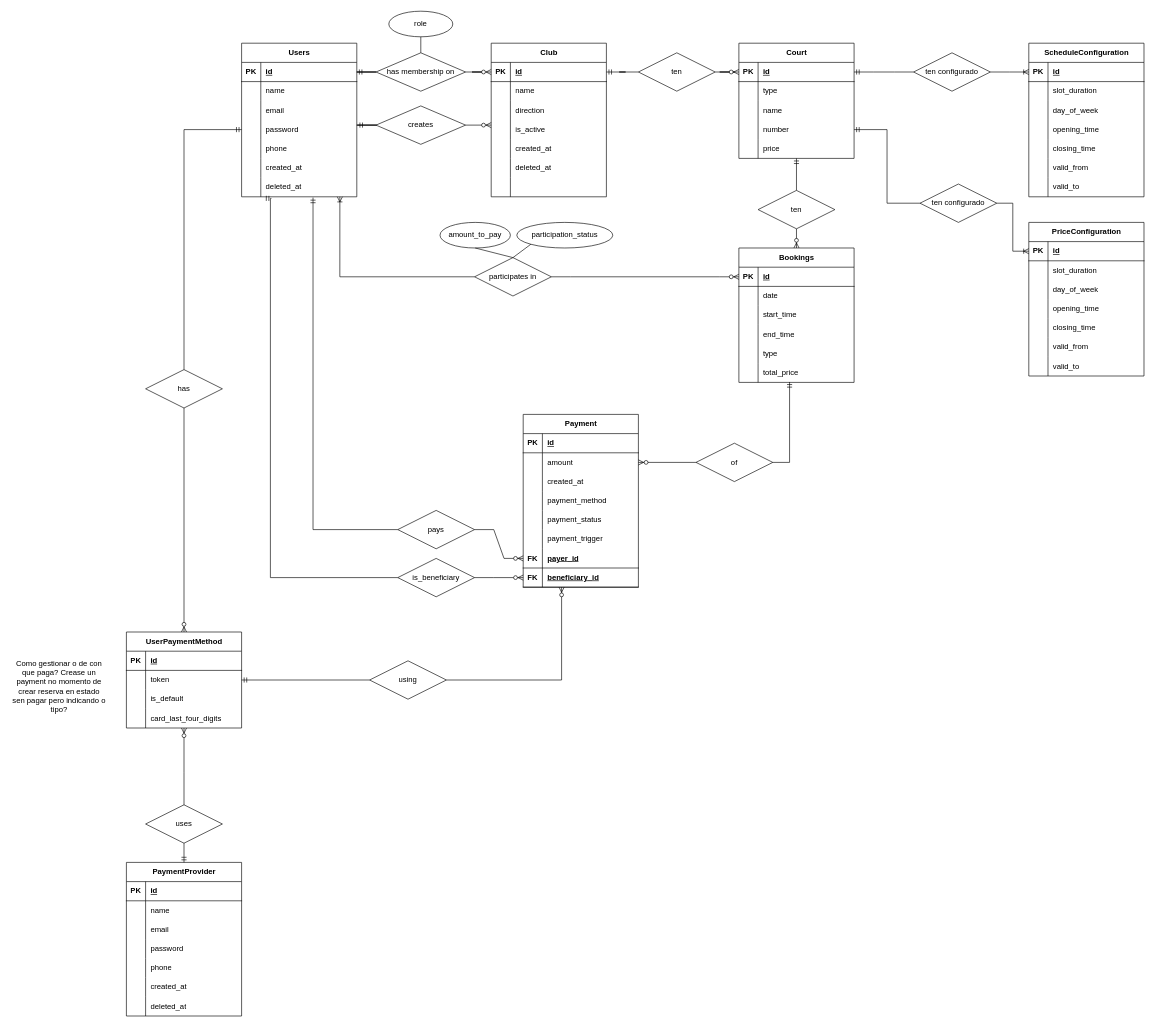
Earlier version of the draw.io diagram doc/database/ER diagram.drawio (blancomarinojorge/Arenic). Source tidied: cells renumbered, new cells numbered last; positions are measured from the earlier drawing's top-left corner, leaving out a move shared by most shapes. Both pictures are drawn from the tidied source at 64%, with x=0, y=0 at pixel (11, 11).
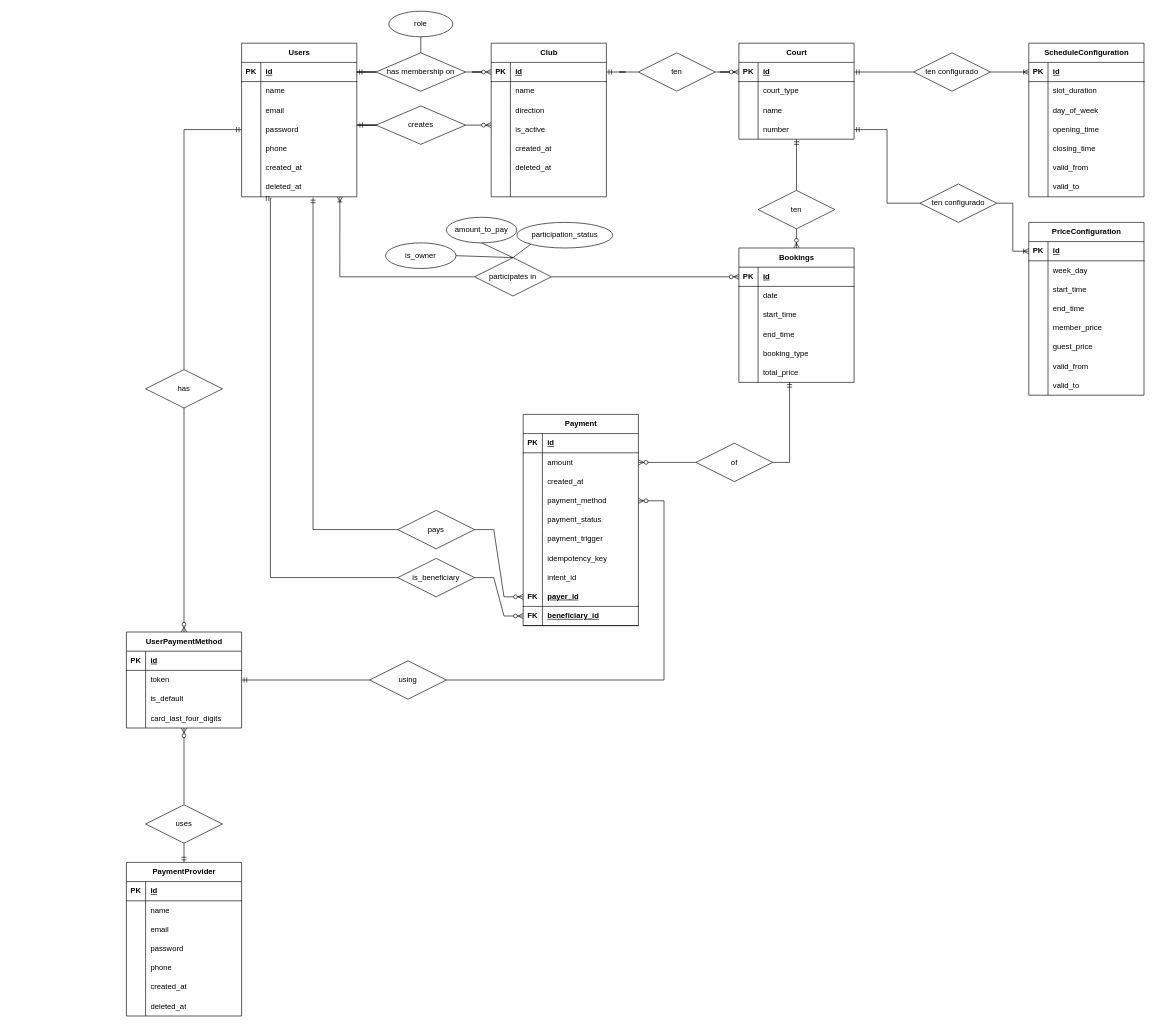
The same page after the edit.

The change refers to these unchanged cells:
```xml
<mxCell id="50" style="shape=tableRow;horizontal=0;startSize=0;swimlaneHead=0;swimlaneBody=0;fillColor=none;top=0;left=0;right=0;bottom=0;" parent="46" vertex="1">
  <mxGeometry y="60" width="180" height="30" as="geometry" />
</mxCell>
<mxCell id="75" style="shape=tableRow;horizontal=0;startSize=0;swimlaneHead=0;swimlaneBody=0;fillColor=none;top=0;left=0;right=0;bottom=0;" parent="62" vertex="1">
  <mxGeometry y="150" width="180" height="30" as="geometry" />
</mxCell>
<mxCell id="81" value="participates in" style="shape=rhombus;perimeter=rhombusPerimeter;whiteSpace=wrap;html=1;align=center;" parent="1" vertex="1">
  <mxGeometry x="724" y="385" width="120" height="60" as="geometry" />
</mxCell>
<mxCell id="137" style="shape=tableRow;horizontal=0;startSize=0;swimlaneHead=0;swimlaneBody=0;fillColor=none;points=[[0,0.5],[1,0.5]];portConstraint=eastwest;top=0;left=0;right=0;bottom=0;" parent="127" vertex="1">
  <mxGeometry y="120" width="180" height="30" as="geometry" />
</mxCell>
<mxCell id="162" style="shape=tableRow;horizontal=0;startSize=0;swimlaneHead=0;swimlaneBody=0;fillColor=none;top=0;left=0;right=0;bottom=0;" parent="158" vertex="1">
  <mxGeometry y="60" width="180" height="30" as="geometry" />
</mxCell>
<mxCell id="165" style="shape=tableRow;horizontal=0;startSize=0;swimlaneHead=0;swimlaneBody=0;fillColor=none;top=0;left=0;right=0;bottom=0;" parent="158" vertex="1">
  <mxGeometry y="90" width="180" height="30" as="geometry" />
</mxCell>
<mxCell id="168" style="shape=tableRow;horizontal=0;startSize=0;swimlaneHead=0;swimlaneBody=0;fillColor=none;top=0;left=0;right=0;bottom=0;" parent="158" vertex="1">
  <mxGeometry y="120" width="180" height="30" as="geometry" />
</mxCell>
<mxCell id="171" style="shape=tableRow;horizontal=0;startSize=0;swimlaneHead=0;swimlaneBody=0;fillColor=none;top=0;left=0;right=0;bottom=0;" parent="158" vertex="1">
  <mxGeometry y="150" width="180" height="30" as="geometry" />
</mxCell>
<mxCell id="174" style="shape=tableRow;horizontal=0;startSize=0;swimlaneHead=0;swimlaneBody=0;fillColor=none;top=0;left=0;right=0;bottom=0;" parent="158" vertex="1">
  <mxGeometry y="180" width="180" height="30" as="geometry" />
</mxCell>
<mxCell id="177" style="shape=tableRow;horizontal=0;startSize=0;swimlaneHead=0;swimlaneBody=0;fillColor=none;top=0;left=0;right=0;bottom=0;" parent="158" vertex="1">
  <mxGeometry y="210" width="180" height="30" as="geometry" />
</mxCell>
<mxCell id="227" value="using" style="shape=rhombus;perimeter=rhombusPerimeter;whiteSpace=wrap;html=1;align=center;" parent="1" vertex="1">
  <mxGeometry x="560" y="1015" width="120" height="60" as="geometry" />
</mxCell>
```

What changed in the source:
```diff
@@
     <mxCell id="46" value="&lt;div&gt;Court&lt;/div&gt;" style="shape=table;startSize=30;childLayout=tableLayout;rowLines=0;fontStyle=1;align=center;html=1;" parent="1" vertex="1">
-      <mxGeometry x="1137" y="50" width="180" height="180" as="geometry" />
+      <mxGeometry x="1137" y="50" width="180" height="150" as="geometry" />
     </mxCell>
@@
-    <mxCell id="52" value="type" style="shape=partialRectangle;fillColor=none;top=0;left=0;bottom=0;right=0;align=left;spacingLeft=6;overflow=hidden;whiteSpace=wrap;html=1;" parent="50" vertex="1">
+    <mxCell id="52" value="court_type" style="shape=partialRectangle;fillColor=none;top=0;left=0;bottom=0;right=0;align=left;spacingLeft=6;overflow=hidden;whiteSpace=wrap;html=1;" parent="50" vertex="1">
       <mxGeometry x="30" width="150" height="30" as="geometry" />
     </mxCell>
@@
-    <mxCell id="59" style="shape=tableRow;horizontal=0;startSize=0;swimlaneHead=0;swimlaneBody=0;fillColor=none;top=0;left=0;right=0;bottom=0;" parent="46" vertex="1">
-      <mxGeometry y="150" width="180" height="30" as="geometry" />
-    </mxCell>
-    <mxCell id="60" style="shape=partialRectangle;fillColor=none;top=0;left=0;bottom=0;right=0;overflow=hidden;whiteSpace=wrap;html=1;" parent="59" vertex="1">
-      <mxGeometry width="30" height="30" as="geometry" />
-    </mxCell>
-    <mxCell id="61" value="price" style="shape=partialRectangle;fillColor=none;top=0;left=0;bottom=0;right=0;align=left;spacingLeft=6;overflow=hidden;whiteSpace=wrap;html=1;" parent="59" vertex="1">
-      <mxGeometry x="30" width="150" height="30" as="geometry" />
-    </mxCell>
@@
-    <mxCell id="77" value="type" style="shape=partialRectangle;fillColor=none;top=0;left=0;bottom=0;right=0;align=left;spacingLeft=6;overflow=hidden;whiteSpace=wrap;html=1;" parent="75" vertex="1">
+    <mxCell id="77" value="booking_type" style="shape=partialRectangle;fillColor=none;top=0;left=0;bottom=0;right=0;align=left;spacingLeft=6;overflow=hidden;whiteSpace=wrap;html=1;" parent="75" vertex="1">
       <mxGeometry x="30" width="150" height="30" as="geometry" />
     </mxCell>
@@
     <mxCell id="117" value="amount_to_pay" style="ellipse;whiteSpace=wrap;html=1;align=center;" parent="1" vertex="1">
-      <mxGeometry x="670" y="330" width="110" height="40" as="geometry" />
+      <mxGeometry x="680" y="322" width="110" height="40" as="geometry" />
     </mxCell>
@@
     <mxCell id="127" value="Payment" style="shape=table;startSize=30;childLayout=tableLayout;rowLines=0;fontStyle=1;align=center;html=1;" parent="1" vertex="1">
-      <mxGeometry x="800" y="630" width="180" height="270" as="geometry" />
+      <mxGeometry x="800" y="630" width="180" height="330" as="geometry" />
     </mxCell>
@@
+    <mxCell id="231" style="shape=tableRow;horizontal=0;startSize=0;swimlaneHead=0;swimlaneBody=0;fillColor=none;top=0;left=0;right=0;bottom=0;labelBorderColor=none;" parent="127" vertex="1">
+      <mxGeometry y="210" width="180" height="30" as="geometry" />
+    </mxCell>
+    <mxCell id="232" style="shape=partialRectangle;fillColor=none;top=0;left=0;bottom=0;right=0;overflow=hidden;whiteSpace=wrap;html=1;" parent="231" vertex="1">
+      <mxGeometry width="30" height="30" as="geometry" />
+    </mxCell>
+    <mxCell id="233" value="idempotency_key" style="shape=partialRectangle;fillColor=none;top=0;left=0;bottom=0;right=0;align=left;spacingLeft=6;overflow=hidden;whiteSpace=wrap;html=1;" parent="231" vertex="1">
+      <mxGeometry x="30" width="150" height="30" as="geometry" />
+    </mxCell>
+    <mxCell id="234" style="shape=tableRow;horizontal=0;startSize=0;swimlaneHead=0;swimlaneBody=0;fillColor=none;top=0;left=0;right=0;bottom=0;labelBorderColor=none;" parent="127" vertex="1">
+      <mxGeometry y="240" width="180" height="30" as="geometry" />
+    </mxCell>
+    <mxCell id="235" style="shape=partialRectangle;fillColor=none;top=0;left=0;bottom=0;right=0;overflow=hidden;whiteSpace=wrap;html=1;" parent="234" vertex="1">
+      <mxGeometry width="30" height="30" as="geometry" />
+    </mxCell>
+    <mxCell id="236" value="intent_id" style="shape=partialRectangle;fillColor=none;top=0;left=0;bottom=0;right=0;align=left;spacingLeft=6;overflow=hidden;whiteSpace=wrap;html=1;" parent="234" vertex="1">
+      <mxGeometry x="30" width="150" height="30" as="geometry" />
+    </mxCell>
     <mxCell id="146" style="shape=tableRow;horizontal=0;startSize=0;swimlaneHead=0;swimlaneBody=0;fillColor=none;points=[[0,0.5],[1,0.5]];portConstraint=eastwest;top=0;left=0;right=0;bottom=1;labelBorderColor=none;" parent="127" vertex="1">
-      <mxGeometry y="210" width="180" height="30" as="geometry" />
+      <mxGeometry y="270" width="180" height="30" as="geometry" />
     </mxCell>
@@
     <mxCell id="149" style="shape=tableRow;horizontal=0;startSize=0;swimlaneHead=0;swimlaneBody=0;fillColor=none;points=[[0,0.5],[1,0.5]];portConstraint=eastwest;top=0;left=0;right=0;bottom=1;" parent="127" vertex="1">
-      <mxGeometry y="240" width="180" height="30" as="geometry" />
+      <mxGeometry y="300" width="180" height="30" as="geometry" />
     </mxCell>
@@
     <mxCell id="158" value="PriceConfiguration" style="shape=table;startSize=30;childLayout=tableLayout;rowLines=0;fontStyle=1;align=center;html=1;" parent="1" vertex="1">
-      <mxGeometry x="1590" y="330" width="180" height="240" as="geometry" />
+      <mxGeometry x="1590" y="330" width="180" height="270" as="geometry" />
     </mxCell>
@@
-    <mxCell id="164" value="&lt;div&gt;slot_duration&lt;/div&gt;" style="shape=partialRectangle;fillColor=none;top=0;left=0;bottom=0;right=0;align=left;spacingLeft=6;overflow=hidden;whiteSpace=wrap;html=1;" parent="162" vertex="1">
+    <mxCell id="164" value="&lt;div&gt;week_day&lt;/div&gt;" style="shape=partialRectangle;fillColor=none;top=0;left=0;bottom=0;right=0;align=left;spacingLeft=6;overflow=hidden;whiteSpace=wrap;html=1;" parent="162" vertex="1">
       <mxGeometry x="30" width="150" height="30" as="geometry" />
     </mxCell>
@@
-    <mxCell id="167" value="&lt;div&gt;day_of_week&lt;/div&gt;" style="shape=partialRectangle;fillColor=none;top=0;left=0;bottom=0;right=0;align=left;spacingLeft=6;overflow=hidden;whiteSpace=wrap;html=1;" parent="165" vertex="1">
+    <mxCell id="167" value="start_time" style="shape=partialRectangle;fillColor=none;top=0;left=0;bottom=0;right=0;align=left;spacingLeft=6;overflow=hidden;whiteSpace=wrap;html=1;" parent="165" vertex="1">
       <mxGeometry x="30" width="150" height="30" as="geometry" />
     </mxCell>
@@
-    <mxCell id="170" value="opening_time" style="shape=partialRectangle;fillColor=none;top=0;left=0;bottom=0;right=0;align=left;spacingLeft=6;overflow=hidden;whiteSpace=wrap;html=1;" parent="168" vertex="1">
+    <mxCell id="170" value="end_time" style="shape=partialRectangle;fillColor=none;top=0;left=0;bottom=0;right=0;align=left;spacingLeft=6;overflow=hidden;whiteSpace=wrap;html=1;" parent="168" vertex="1">
       <mxGeometry x="30" width="150" height="30" as="geometry" />
     </mxCell>
@@
-    <mxCell id="173" value="&lt;div&gt;closing_time&lt;/div&gt;" style="shape=partialRectangle;fillColor=none;top=0;left=0;bottom=0;right=0;align=left;spacingLeft=6;overflow=hidden;whiteSpace=wrap;html=1;" parent="171" vertex="1">
+    <mxCell id="173" value="member_price" style="shape=partialRectangle;fillColor=none;top=0;left=0;bottom=0;right=0;align=left;spacingLeft=6;overflow=hidden;whiteSpace=wrap;html=1;" parent="171" vertex="1">
       <mxGeometry x="30" width="150" height="30" as="geometry" />
     </mxCell>
@@
-    <mxCell id="176" value="&lt;div&gt;valid_from&lt;/div&gt;" style="shape=partialRectangle;fillColor=none;top=0;left=0;bottom=0;right=0;align=left;spacingLeft=6;overflow=hidden;whiteSpace=wrap;html=1;" parent="174" vertex="1">
+    <mxCell id="176" value="guest_price" style="shape=partialRectangle;fillColor=none;top=0;left=0;bottom=0;right=0;align=left;spacingLeft=6;overflow=hidden;whiteSpace=wrap;html=1;" parent="174" vertex="1">
       <mxGeometry x="30" width="150" height="30" as="geometry" />
     </mxCell>
@@
-    <mxCell id="179" value="&lt;div&gt;valid_to&lt;/div&gt;" style="shape=partialRectangle;fillColor=none;top=0;left=0;bottom=0;right=0;align=left;spacingLeft=6;overflow=hidden;whiteSpace=wrap;html=1;" parent="177" vertex="1">
+    <mxCell id="179" value="valid_from" style="shape=partialRectangle;fillColor=none;top=0;left=0;bottom=0;right=0;align=left;spacingLeft=6;overflow=hidden;whiteSpace=wrap;html=1;" parent="177" vertex="1">
       <mxGeometry x="30" width="150" height="30" as="geometry" />
     </mxCell>
+    <mxCell id="237" style="shape=tableRow;horizontal=0;startSize=0;swimlaneHead=0;swimlaneBody=0;fillColor=none;top=0;left=0;right=0;bottom=0;" parent="158" vertex="1">
+      <mxGeometry y="240" width="180" height="30" as="geometry" />
+    </mxCell>
+    <mxCell id="238" style="shape=partialRectangle;fillColor=none;top=0;left=0;bottom=0;right=0;overflow=hidden;whiteSpace=wrap;html=1;" parent="237" vertex="1">
+      <mxGeometry width="30" height="30" as="geometry" />
+    </mxCell>
+    <mxCell id="239" value="&lt;div&gt;valid_to&lt;/div&gt;" style="shape=partialRectangle;fillColor=none;top=0;left=0;bottom=0;right=0;align=left;spacingLeft=6;overflow=hidden;whiteSpace=wrap;html=1;" parent="237" vertex="1">
+      <mxGeometry x="30" width="150" height="30" as="geometry" />
+    </mxCell>
@@
-    <mxCell id="229" style="fontSize=12;html=1;endArrow=ERzeroToMany;endFill=1;rounded=0;exitX=1;exitY=0.5;exitDx=0;exitDy=0;edgeStyle=orthogonalEdgeStyle;" parent="1" edge="1" source="227" target="149">
+    <mxCell id="229" style="fontSize=12;html=1;endArrow=ERzeroToMany;endFill=1;rounded=0;exitX=1;exitY=0.5;exitDx=0;exitDy=0;edgeStyle=orthogonalEdgeStyle;entryX=1;entryY=0.5;entryDx=0;entryDy=0;" parent="1" edge="1" source="227" target="137">
       <mxGeometry relative="1" as="geometry">
         <Array as="points">
-          <mxPoint x="860" y="1045" />
+          <mxPoint x="1020" y="1045" />
+          <mxPoint x="1020" y="765" />
         </Array>
       </mxGeometry>
     </mxCell>
-    <mxCell id="230" value="Como gestionar o de con que paga? Crease un payment no momento de crear reserva en estado sen pagar pero indicando o tipo?" style="text;html=1;whiteSpace=wrap;strokeColor=none;fillColor=none;align=center;verticalAlign=middle;rounded=0;" parent="1" vertex="1">
-      <mxGeometry y="1040" width="150" height="30" as="geometry" />
-    </mxCell>
+    <mxCell id="240" value="is_owner" style="ellipse;whiteSpace=wrap;html=1;align=center;" parent="1" vertex="1">
+      <mxGeometry x="585" y="362" width="110" height="40" as="geometry" />
+    </mxCell>
+    <mxCell id="241" style="endArrow=none;html=1;rounded=0;exitX=0.5;exitY=0;exitDx=0;exitDy=0;entryX=1;entryY=0.5;entryDx=0;entryDy=0;" parent="1" edge="1" source="81" target="240">
+      <mxGeometry relative="1" as="geometry" />
+    </mxCell>
```
